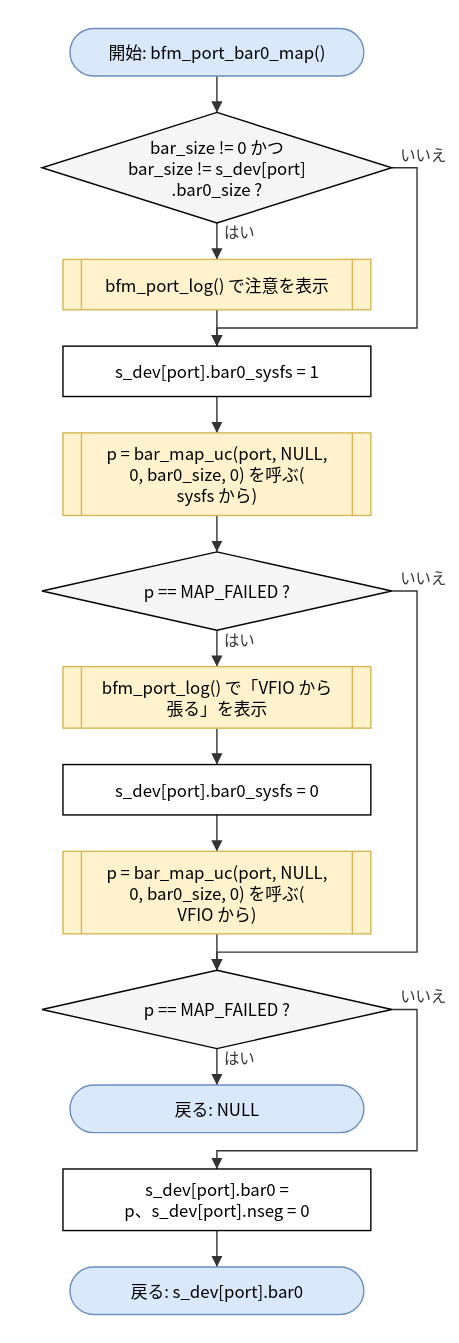
This is doc/spec/images/flow_port_linux_vfio_port_linux-bfm_port_bar0_map.drawio.svg from hf355051012-ai/bfmem, a draw.io export, as it was before one commit. Source tidied: cells renumbered, new cells last; positions are measured from the earlier drawing's top-left corner, leaving out a move shared by most shapes.
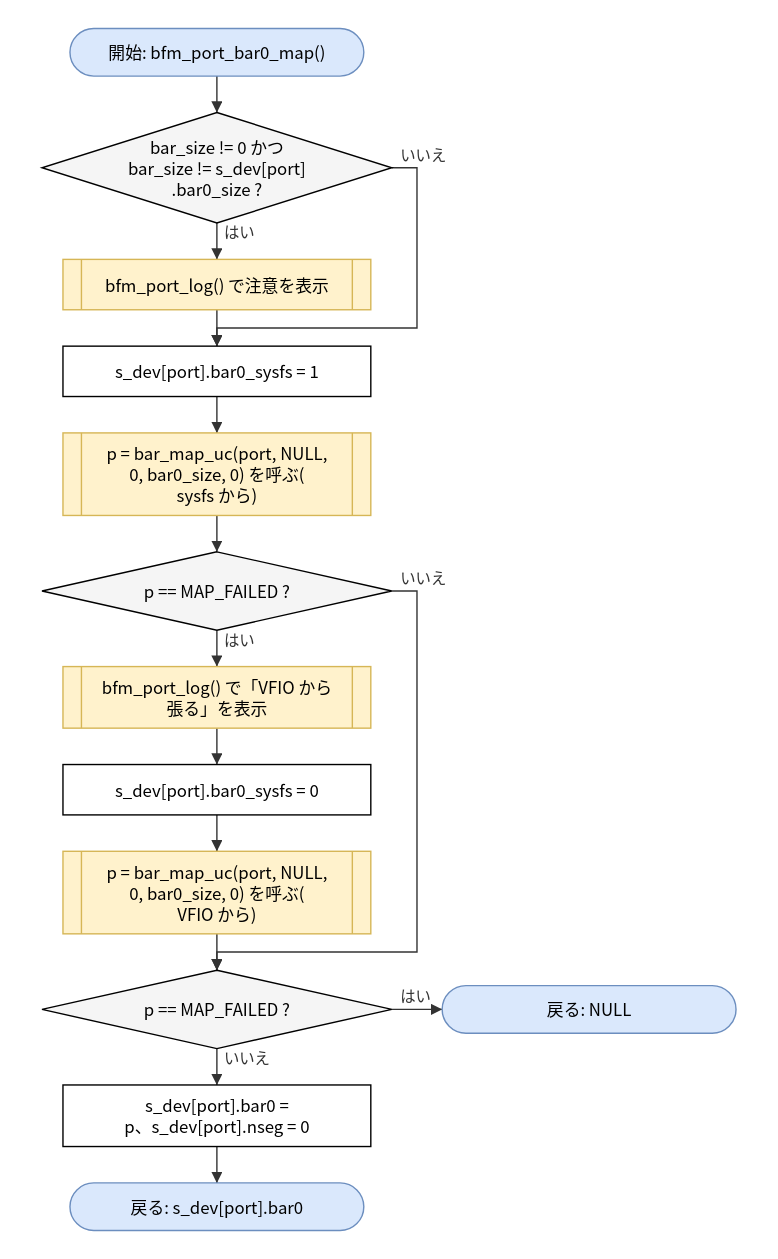
Later version of the same file.

Change to the diagram source:
```diff
@@ -33,13 +33,13 @@
       <mxGeometry y="673" width="250" height="56" as="geometry" />
     </mxCell>
     <mxCell id="12" value="戻る: NULL" style="rounded=1;arcSize=50;whiteSpace=wrap;html=1;fillColor=#dae8fc;strokeColor=#6c8ebf;" parent="1" vertex="1">
-      <mxGeometry x="20" y="755" width="210" height="34" as="geometry" />
+      <mxGeometry x="286" y="684" width="210" height="34" as="geometry" />
     </mxCell>
     <mxCell id="13" value="s_dev[port].bar0 =&lt;br&gt;p、s_dev[port].nseg = 0" style="rounded=0;whiteSpace=wrap;html=1;" parent="1" vertex="1">
-      <mxGeometry x="15" y="815" width="220" height="44" as="geometry" />
+      <mxGeometry x="15" y="755" width="220" height="44" as="geometry" />
     </mxCell>
     <mxCell id="14" value="戻る: s_dev[port].bar0" style="rounded=1;arcSize=50;whiteSpace=wrap;html=1;fillColor=#dae8fc;strokeColor=#6c8ebf;" parent="1" vertex="1">
-      <mxGeometry x="20" y="885" width="210" height="34" as="geometry" />
+      <mxGeometry x="20" y="825" width="210" height="34" as="geometry" />
     </mxCell>
     <mxCell id="15" style="edgeStyle=none;html=1;rounded=0;endArrow=block;endFill=1;exitX=0.5000;exitY=1.0000;exitDx=0;exitDy=0;exitPerimeter=0;entryX=0.5000;entryY=0.0000;entryDx=0;entryDy=0;entryPerimeter=0;" parent="1" edge="1" source="2" target="3">
       <mxGeometry relative="1" as="geometry" />
@@ -86,17 +86,11 @@
         </Array>
       </mxGeometry>
     </mxCell>
-    <mxCell id="26" value="はい" style="edgeStyle=none;html=1;rounded=0;endArrow=block;endFill=1;exitX=0.5000;exitY=1.0000;exitDx=0;exitDy=0;exitPerimeter=0;entryX=0.5000;entryY=0.0000;entryDx=0;entryDy=0;entryPerimeter=0;" parent="1" edge="1" source="11" target="12">
+    <mxCell id="26" value="はい" style="edgeStyle=none;html=1;rounded=0;endArrow=block;endFill=1;exitX=1.0000;exitY=0.5000;exitDx=0;exitDy=0;exitPerimeter=0;entryX=0.0000;entryY=0.5000;entryDx=0;entryDy=0;entryPerimeter=0;" parent="1" edge="1" source="11" target="12">
       <mxGeometry relative="1" as="geometry" />
     </mxCell>
-    <mxCell id="27" value="いいえ" style="edgeStyle=none;html=1;rounded=0;endArrow=block;endFill=1;exitX=1.0000;exitY=0.5000;exitDx=0;exitDy=0;exitPerimeter=0;entryX=0.5000;entryY=0.0000;entryDx=0;entryDy=0;entryPerimeter=0;" parent="1" edge="1" source="11" target="13">
-      <mxGeometry relative="1" as="geometry">
-        <Array as="points">
-          <mxPoint x="268" y="701" />
-          <mxPoint x="268" y="802" />
-          <mxPoint x="125" y="802" />
-        </Array>
-      </mxGeometry>
+    <mxCell id="27" value="いいえ" style="edgeStyle=none;html=1;rounded=0;endArrow=block;endFill=1;exitX=0.5000;exitY=1.0000;exitDx=0;exitDy=0;exitPerimeter=0;entryX=0.5000;entryY=0.0000;entryDx=0;entryDy=0;entryPerimeter=0;" parent="1" edge="1" source="11" target="13">
+      <mxGeometry relative="1" as="geometry" />
     </mxCell>
     <mxCell id="28" style="edgeStyle=none;html=1;rounded=0;endArrow=block;endFill=1;exitX=0.5000;exitY=1.0000;exitDx=0;exitDy=0;exitPerimeter=0;entryX=0.5000;entryY=0.0000;entryDx=0;entryDy=0;entryPerimeter=0;" parent="1" edge="1" source="13" target="14">
       <mxGeometry relative="1" as="geometry" />
```
